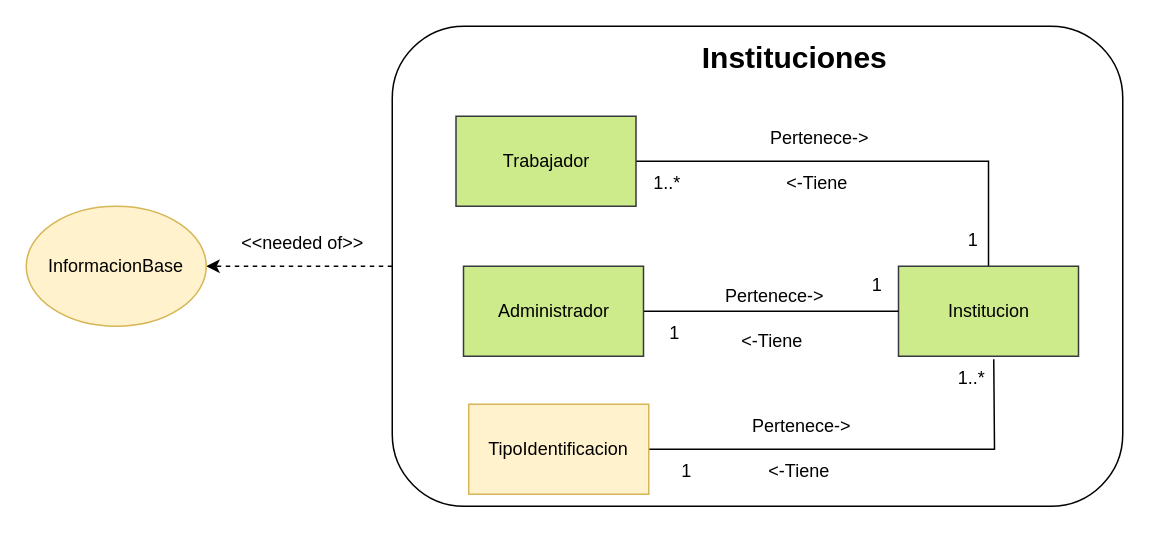
Earlier version of the draw.io diagram page "4.6 Instituciones-ModeloDominioAcotado" (9 of 16) of SpaOnline/ModeloDominioSpa.drawio (cristianospina/DOO). Source tidied: cells renumbered, new cells numbered last; positions are measured from the earlier drawing's top-left corner, leaving out a move shared by most shapes. Both pictures are drawn from the tidied source at 150%, with x=0, y=0 at pixel (26, 26).
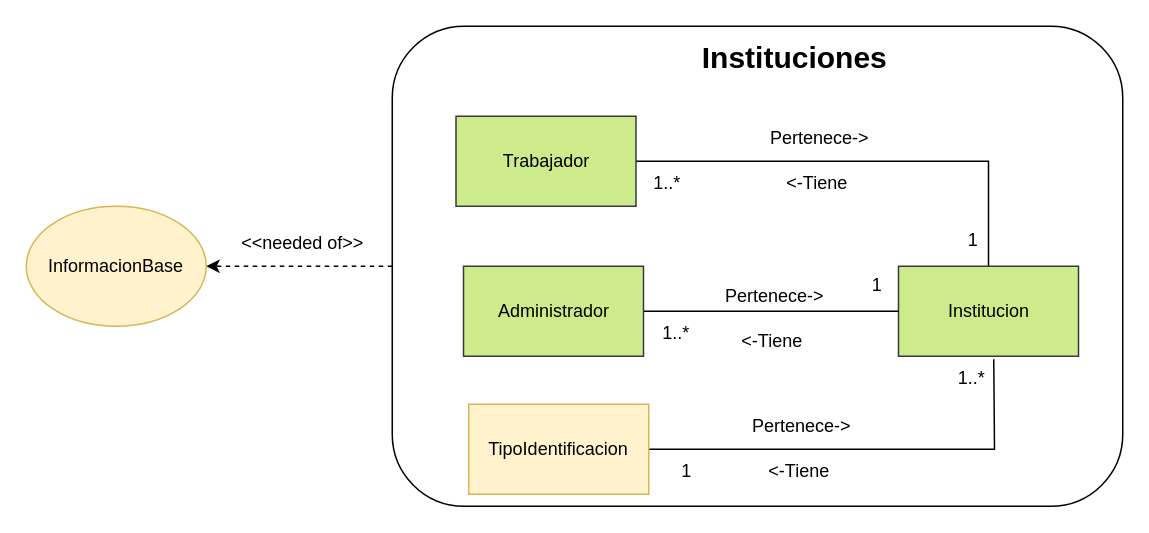
The same page after the edit.

Diff of the diagram source:
```diff
@@
-    <mxCell id="13" value="1" style="text;html=1;align=center;verticalAlign=middle;fillColor=none;" parent="1" vertex="1">
-      <mxGeometry x="419.5" y="192" width="25" height="26" as="geometry" />
+    <mxCell id="13" value="1..*" style="text;html=1;align=center;verticalAlign=middle;fillColor=none;" parent="1" vertex="1">
+      <mxGeometry x="414.5" y="192" width="36" height="26" as="geometry" />
     </mxCell>
```
